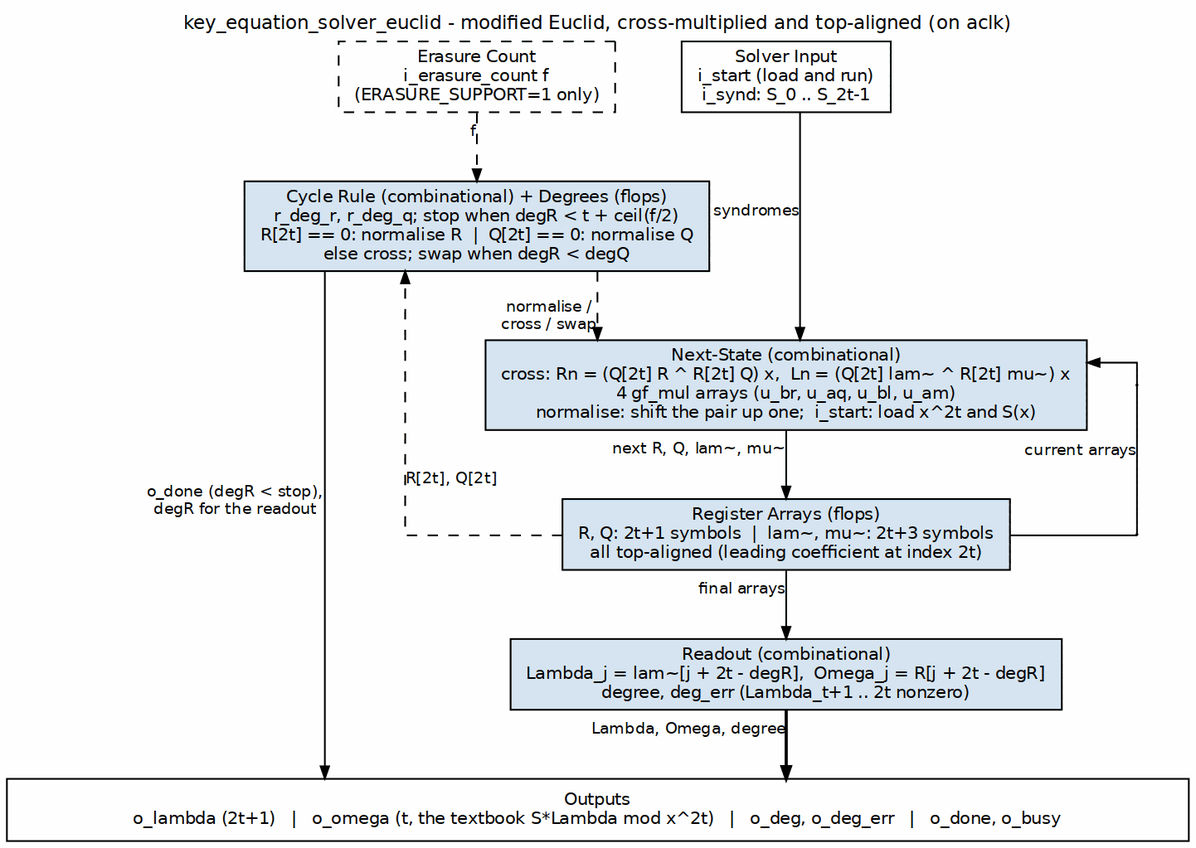
This is projects/components/ecc-ip/reed-solomon/docs/reed_solomon_mas/assets/graphviz/rs_euclid_solver.png from sean-galloway/RTLDesignSherpa, a Graphviz export, as it was before one commit. Its source is kept beside it as projects/components/ecc-ip/reed-solomon/docs/reed_solomon_mas/assets/graphviz/rs_euclid_solver.dot.
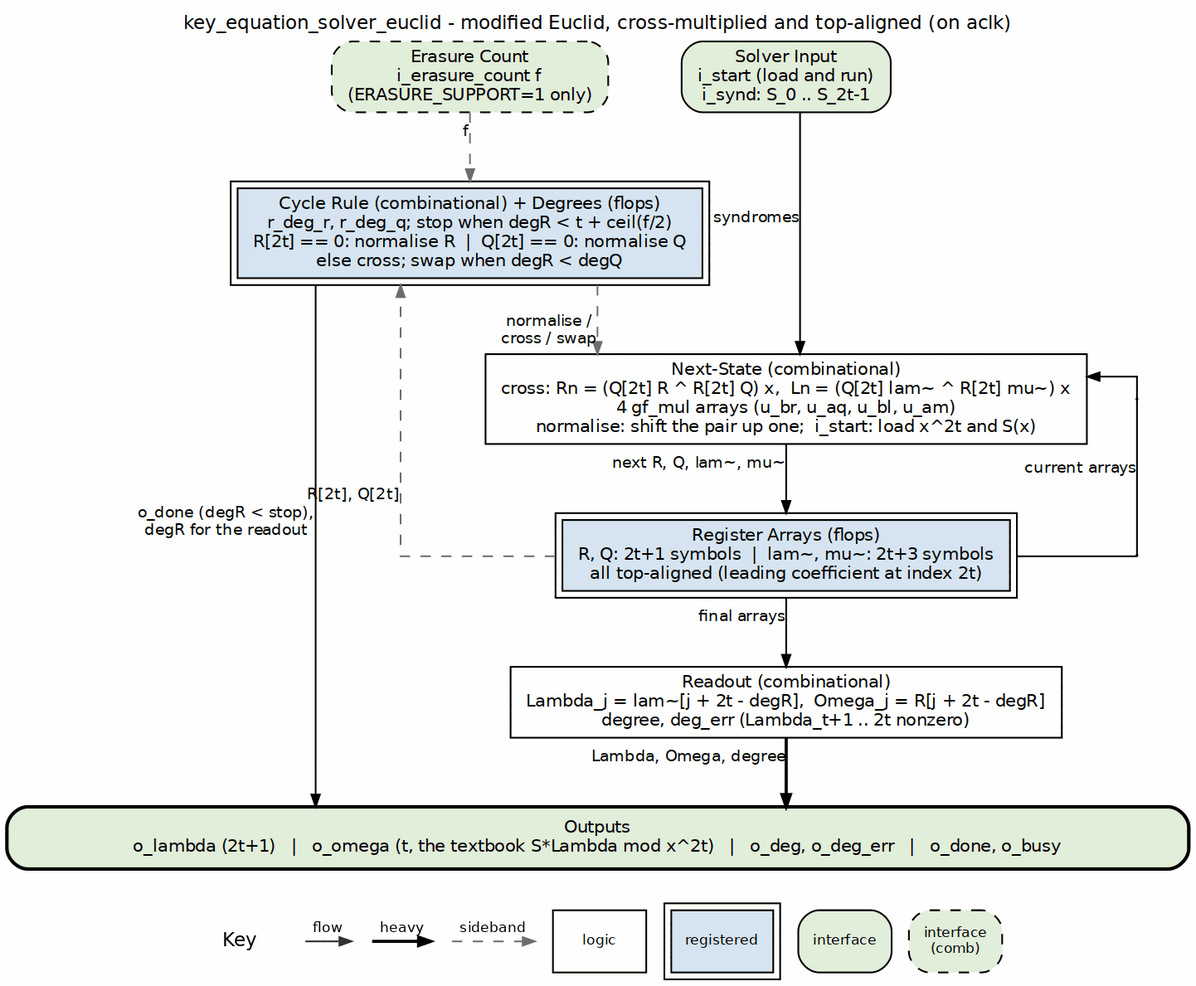
Later version of the same file.

Diff of the diagram source:
```diff
@@ -3,20 +3,20 @@
            nodesep="0.40", ranksep="0.55", splines=ortho, newrank=true,
            labelloc=t, labeljust=c];
     node  [fontname="Helvetica", fontsize=10, shape=box, style=filled,
-           fillcolor="#D6E4F0", color="black", margin="0.12,0.06"];
+           fillcolor="white", color="black", margin="0.12,0.06"];
     edge  [fontname="Helvetica", fontsize=9, color="black", arrowsize=0.7];
     label="key_equation_solver_euclid - modified Euclid, cross-multiplied and top-aligned (on aclk)";
 
-    in    [label="Solver Input\ni_start (load and run)\ni_synd: S_0 .. S_2t-1", fillcolor="white", group=C];
-    er    [label="Erasure Count\ni_erasure_count f\n(ERASURE_SUPPORT=1 only)", fillcolor="white", style="filled,dashed", group=L];
+    in    [label="Solver Input\ni_start (load and run)\ni_synd: S_0 .. S_2t-1", fillcolor="white", group=C, style="rounded,filled", fillcolor="#E2EFDA"];
+    er    [label="Erasure Count\ni_erasure_count f\n(ERASURE_SUPPORT=1 only)", fillcolor="white", style="filled,dashed", group=L, style="rounded,filled,dashed", fillcolor="#E2EFDA"];
 
-    rule  [label="Cycle Rule (combinational) + Degrees (flops)\nr_deg_r, r_deg_q; stop when degR < t + ceil(f/2)\nR[2t] == 0: normalise R  |  Q[2t] == 0: normalise Q\nelse cross; swap when degR < degQ", group=L];
-    nxt   [label="Next-State (combinational)\ncross: Rn = (Q[2t] R ^ R[2t] Q) x,  Ln = (Q[2t] lam~ ^ R[2t] mu~) x\n4 gf_mul arrays (u_br, u_aq, u_bl, u_am)\nnormalise: shift the pair up one;  i_start: load x^2t and S(x)", group=C];
-    regs  [label="Register Arrays (flops)\nR, Q: 2t+1 symbols  |  lam~, mu~: 2t+3 symbols\nall top-aligned (leading coefficient at index 2t)", group=C];
-    rd    [label="Readout (combinational)\nLambda_j = lam~[j + 2t - degR],  Omega_j = R[j + 2t - degR]\ndegree, deg_err (Lambda_t+1 .. 2t nonzero)", group=C];
+    rule  [label="Cycle Rule (combinational) + Degrees (flops)\nr_deg_r, r_deg_q; stop when degR < t + ceil(f/2)\nR[2t] == 0: normalise R  |  Q[2t] == 0: normalise Q\nelse cross; swap when degR < degQ", group=L, peripheries=2, style="filled", fillcolor="#D6E4F0"];
+    nxt   [label="Next-State (combinational)\ncross: Rn = (Q[2t] R ^ R[2t] Q) x,  Ln = (Q[2t] lam~ ^ R[2t] mu~) x\n4 gf_mul arrays (u_br, u_aq, u_bl, u_am)\nnormalise: shift the pair up one;  i_start: load x^2t and S(x)", group=C, style="filled", fillcolor="white"];
+    regs  [label="Register Arrays (flops)\nR, Q: 2t+1 symbols  |  lam~, mu~: 2t+3 symbols\nall top-aligned (leading coefficient at index 2t)", group=C, peripheries=2, style="filled", fillcolor="#D6E4F0"];
+    rd    [label="Readout (combinational)\nLambda_j = lam~[j + 2t - degR],  Omega_j = R[j + 2t - degR]\ndegree, deg_err (Lambda_t+1 .. 2t nonzero)", group=C, style="filled", fillcolor="white"];
 
     bar   [label="Outputs\no_lambda (2t+1)   |   o_omega (t, the textbook S*Lambda mod x^2t)   |   o_deg, o_deg_err   |   o_done, o_busy",
-           fillcolor="white", width=9.5];
+           fillcolor="white", width=9.5, style="rounded,filled,bold", fillcolor="#E2EFDA"];
 
     in    -> nxt   [minlen=2, xlabel="syndromes"];
     nxt   -> regs  [xlabel="next R, Q, lam~, mu~"];
@@ -29,9 +29,9 @@
     p_f1  -> p_f2 [dir=none, tailclip=false, headclip=false, xlabel="current arrays"];
     p_f1  -> nxt  [tailclip=false];
 
-    er    -> rule  [style=dashed, xlabel="f"];
-    regs  -> rule  [style=dashed, constraint=false, xlabel="R[2t], Q[2t]"];
-    rule  -> nxt   [style=dashed, xlabel="normalise /\ncross / swap"];
+    er    -> rule  [style=dashed, color="#777777", xlabel="f"];
+    regs  -> rule  [style=dashed, color="#777777", constraint=false, xlabel="R[2t], Q[2t]"];
+    rule  -> nxt   [style=dashed, color="#777777", xlabel="normalise /\ncross / swap"];
     rule  -> bar   [xlabel="o_done (degR < stop),\ndegR for the readout"];
 
     { rank=same; in; er; }
```
